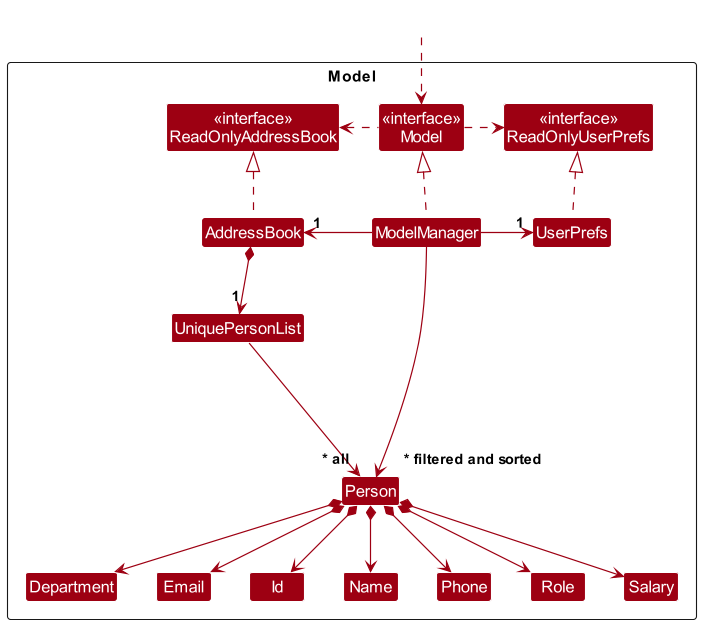
Above: docs/images/ModelClassDiagram.png in ricketytoc/tp (PlantUML), before the change.
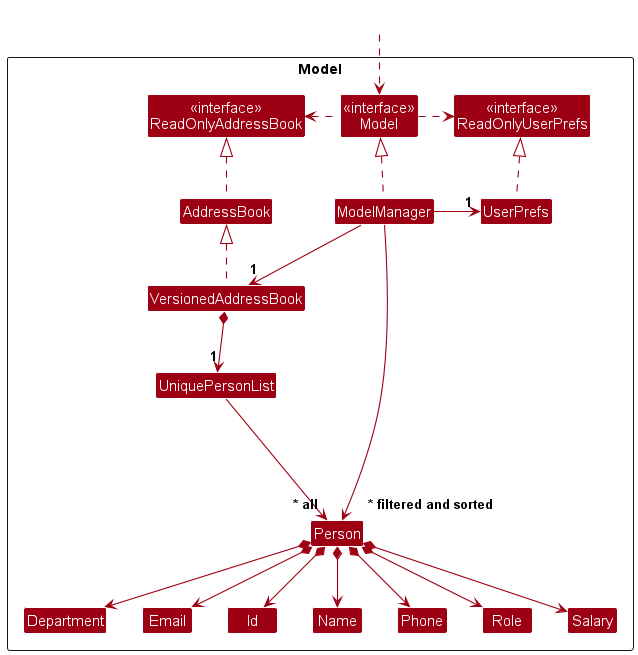
After the commit.

Commit message:
Update Model Class Diagram

The edit, as a diff of the source:
```diff
@@ -11,6 +11,7 @@
 Class AddressBook
 Class ModelManager
 Class UserPrefs
+Class VersionedAddressBook
 
 Class UniquePersonList
 Class Person
@@ -26,18 +27,19 @@
 }
 
 Class HiddenOutside #FFFFFF
-HiddenOutside ..> Model
+HiddenOutside .down.> Model
 
 AddressBook .up.|> ReadOnlyAddressBook
+VersionedAddressBook .up.|> AddressBook
 
 ModelManager .up.|> Model
 Model .right.> ReadOnlyUserPrefs
 Model .left.> ReadOnlyAddressBook
-ModelManager -left-> "1" AddressBook
+ModelManager -down-> "1" VersionedAddressBook
 ModelManager -right-> "1" UserPrefs
 UserPrefs .up.|> ReadOnlyUserPrefs
 
-AddressBook *--> "1" UniquePersonList
+VersionedAddressBook *--> "1" UniquePersonList
 UniquePersonList --> "~* all" Person
 Person *--> Department
 Person *--> Email
```
